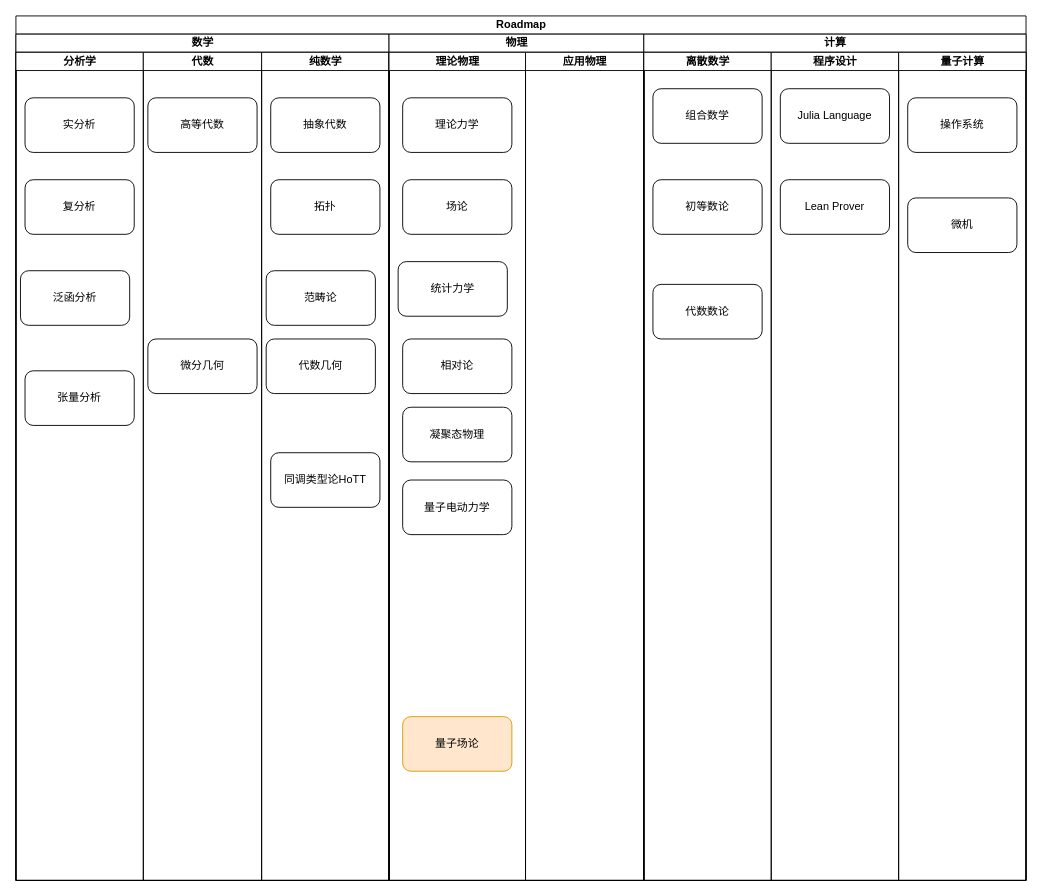
This is Roadmap.drawio from EricTianC/EricTianC, a draw.io file, before an edit. Source tidied: cells renumbered, new cells numbered last; positions are measured from the earlier drawing's top-left corner, leaving out a move shared by most shapes. Both pictures are drawn from the tidied source at 91%, with x=0, y=0 at pixel (15, 15).
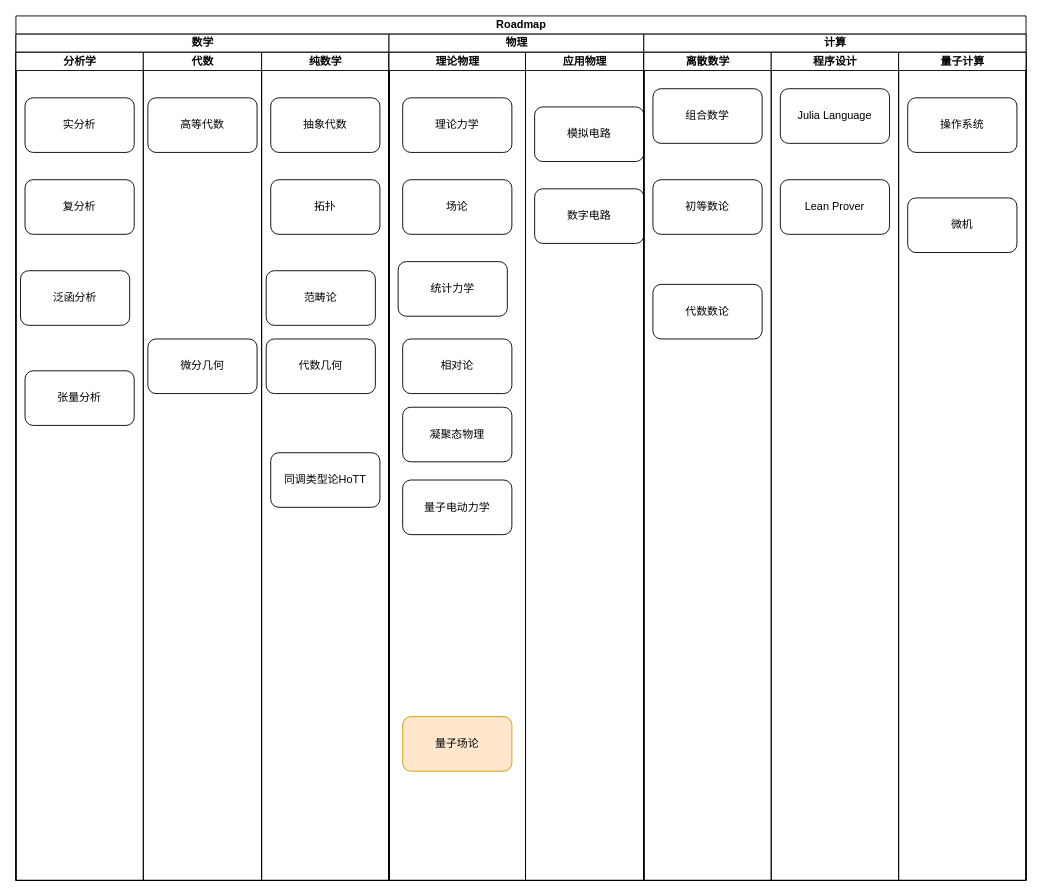
After the change.

Commit message:
> 更新Roadmap.drawio：添加数电，模电

Unchanged cells that the change refers to:
```xml
<mxCell id="29" value="应用物理" style="swimlane;startSize=20;html=1;" parent="20" vertex="1">
  <mxGeometry x="150" width="130" height="910" as="geometry" />
</mxCell>
```

What changed in the source:
```diff
@@
+    <mxCell id="42" value="模拟电路" style="rounded=1;whiteSpace=wrap;html=1;" parent="29" vertex="1">
+      <mxGeometry x="10" y="60" width="120" height="60" as="geometry" />
+    </mxCell>
+    <mxCell id="43" value="数字电路" style="rounded=1;whiteSpace=wrap;html=1;" parent="29" vertex="1">
+      <mxGeometry x="10" y="150" width="120" height="60" as="geometry" />
+    </mxCell>
```
